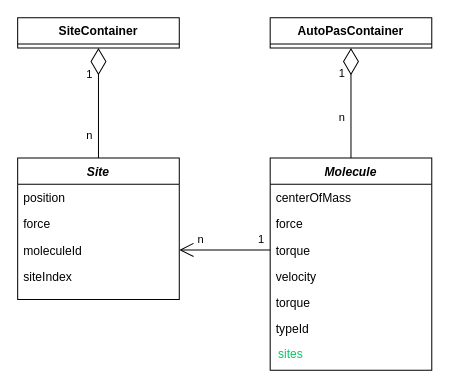
This is approach2.drawio from penguincarol/rattle, a draw.io file, before an edit. Source tidied: cells renumbered, new cells numbered last; positions are measured from the earlier drawing's top-left corner, leaving out a move shared by most shapes. Both pictures are drawn from the tidied source at 101%, with x=0, y=0 at pixel (17, 17).
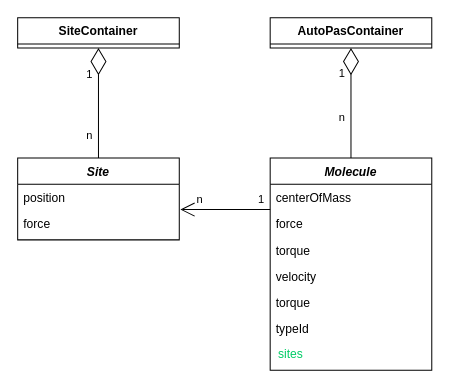
After the change.

The change refers to these unchanged cells:
```xml
<mxCell id="3" value="position" style="text;align=left;verticalAlign=top;spacingLeft=4;spacingRight=4;overflow=hidden;points=[[0,0.5],[1,0.5]];portConstraint=eastwest;" parent="2" vertex="1">
  <mxGeometry y="26" width="160" height="26" as="geometry" />
</mxCell>
<mxCell id="14" value="torque" style="text;align=left;verticalAlign=top;spacingLeft=4;spacingRight=4;overflow=hidden;points=[[0,0.5],[1,0.5]];portConstraint=eastwest;rounded=0;shadow=0;html=0;" parent="11" vertex="1">
  <mxGeometry y="78" width="160" height="26" as="geometry" />
</mxCell>
```

The edit, as a diff of the source:
```diff
@@
     <mxCell id="2" value="Site" style="swimlane;fontStyle=3;align=center;verticalAlign=top;horizontal=1;startSize=26;rounded=0;shadow=0;strokeWidth=1;" parent="1" vertex="1">
-      <mxGeometry y="139" width="160" height="140" as="geometry" />
+      <mxGeometry y="139" width="160" height="81" as="geometry" />
     </mxCell>
@@
-    <mxCell id="5" value="moleculeId" style="text;align=left;verticalAlign=top;spacingLeft=4;spacingRight=4;overflow=hidden;points=[[0,0.5],[1,0.5]];portConstraint=eastwest;rounded=0;shadow=0;html=0;" parent="2" vertex="1">
-      <mxGeometry y="78" width="160" height="26" as="geometry" />
-    </mxCell>
-    <mxCell id="6" value="siteIndex" style="text;align=left;verticalAlign=top;spacingLeft=4;spacingRight=4;overflow=hidden;" parent="2" vertex="1">
-      <mxGeometry y="104" width="160" height="26" as="geometry" />
-    </mxCell>
@@
-    <mxCell id="22" style="endArrow=open;endFill=1;endSize=12;html=1;rounded=0;exitX=0;exitY=0.5;exitDx=0;exitDy=0;entryX=1;entryY=0.5;entryDx=0;entryDy=0;" parent="1" edge="1" source="14" target="5">
-      <mxGeometry relative="1" as="geometry" />
+    <mxCell id="22" style="endArrow=open;endFill=1;endSize=12;html=1;rounded=0;exitX=0.004;exitY=0.784;exitDx=0;exitDy=0;entryX=1.007;entryY=0.962;entryDx=0;entryDy=0;exitPerimeter=0;entryPerimeter=0;" parent="1" edge="1" target="3">
+      <mxGeometry relative="1" as="geometry">
+        <mxPoint x="250" y="190" as="sourcePoint" />
+      </mxGeometry>
     </mxCell>
```
